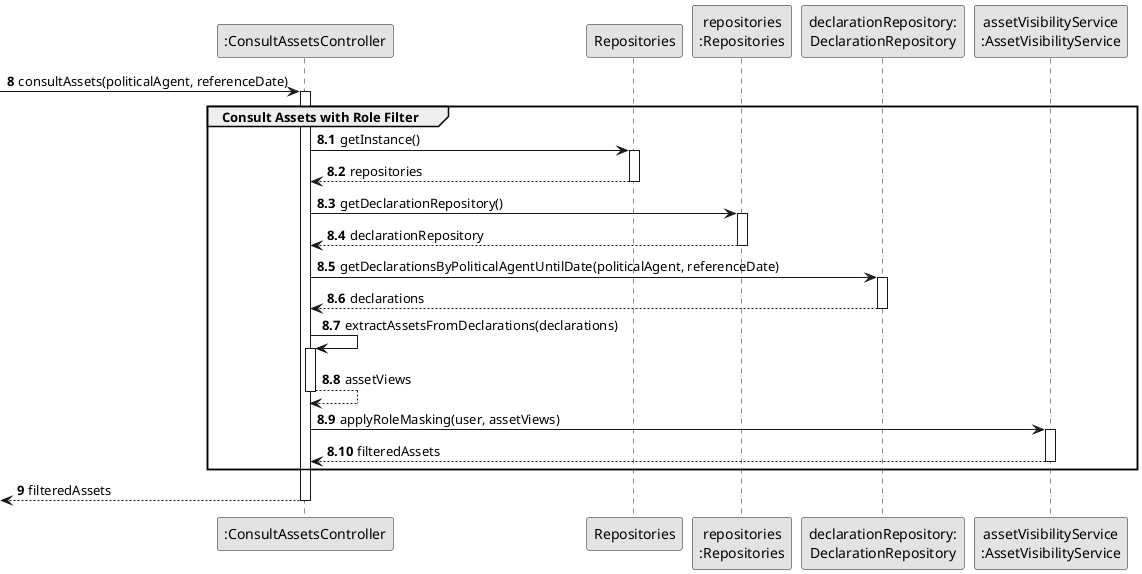
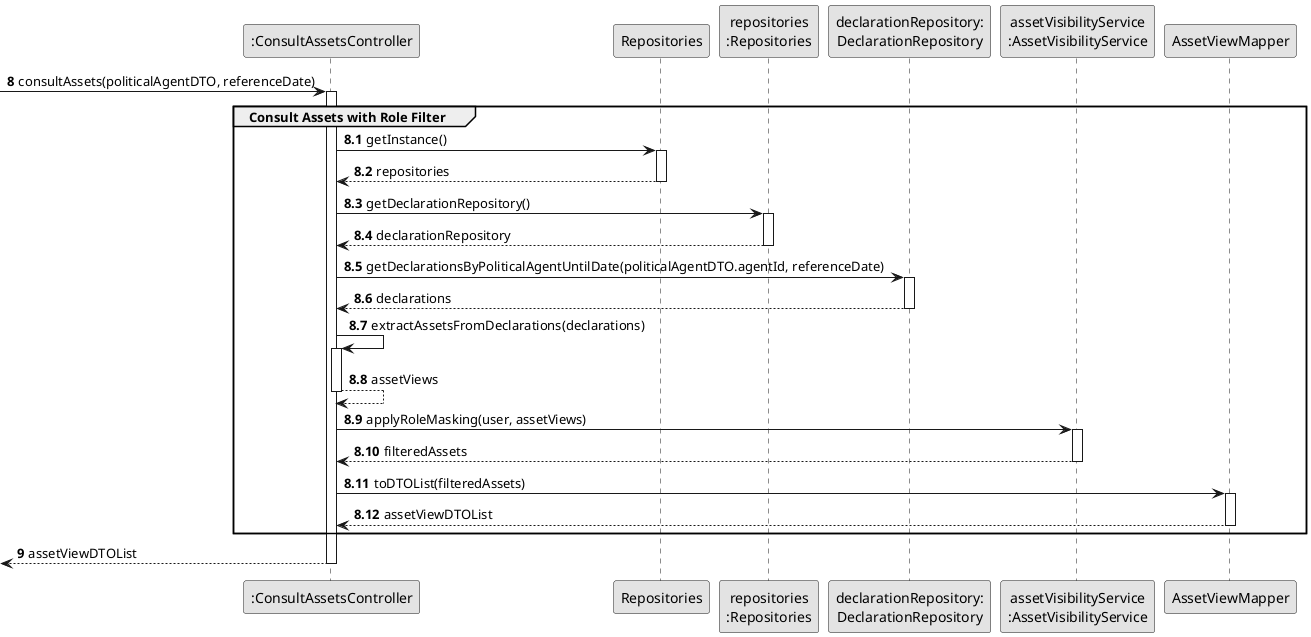
@startuml
skinparam monochrome true
skinparam packageStyle rectangle
skinparam shadowing false

participant ":ConsultAssetsController" as CTRL
participant "Repositories" as REPOS
participant "repositories\n:Repositories" as REPOS_SINGLETON
participant "declarationRepository:\nDeclarationRepository" as DECL_REPO
participant "assetVisibilityService\n:AssetVisibilityService" as VISIBILITY_SERVICE
+ participant "AssetViewMapper" as ASSET_MAPPER

autonumber 8
- -> CTRL : consultAssets(politicalAgent, referenceDate)
+ -> CTRL : consultAssets(politicalAgentDTO, referenceDate)
autonumber 8.1
activate CTRL
    group Consult Assets with Role Filter
        CTRL -> REPOS : getInstance()
        activate REPOS
            REPOS --> CTRL : repositories
        deactivate REPOS

        CTRL -> REPOS_SINGLETON : getDeclarationRepository()
        activate REPOS_SINGLETON
            REPOS_SINGLETON --> CTRL : declarationRepository
        deactivate REPOS_SINGLETON

-         CTRL -> DECL_REPO : getDeclarationsByPoliticalAgentUntilDate(politicalAgent, referenceDate)
+         CTRL -> DECL_REPO : getDeclarationsByPoliticalAgentUntilDate(politicalAgentDTO.agentId, referenceDate)
        activate DECL_REPO
            DECL_REPO --> CTRL : declarations
        deactivate DECL_REPO

        CTRL -> CTRL : extractAssetsFromDeclarations(declarations)
        activate CTRL
            CTRL --> CTRL : assetViews
        deactivate CTRL

        CTRL -> VISIBILITY_SERVICE : applyRoleMasking(user, assetViews)
        activate VISIBILITY_SERVICE
            VISIBILITY_SERVICE --> CTRL : filteredAssets
        deactivate VISIBILITY_SERVICE
+ 
+         CTRL -> ASSET_MAPPER : toDTOList(filteredAssets)
+         activate ASSET_MAPPER
+             ASSET_MAPPER --> CTRL : assetViewDTOList
+         deactivate ASSET_MAPPER
+ 
    end
    autonumber 9
-     <-- CTRL : filteredAssets
+     <-- CTRL : assetViewDTOList
deactivate CTRL

@enduml
